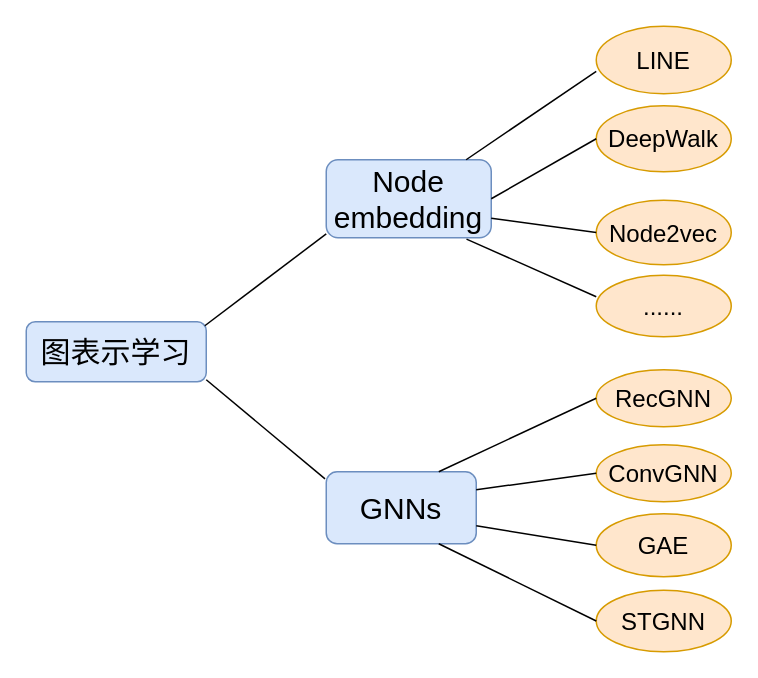
The draw.io diagram Fig/gnn.drawio in ucasFL/GNNReview, before the edit. Source tidied: cells renumbered, new cells numbered last; positions are measured from the earlier drawing's top-left corner, leaving out a move shared by most shapes. Both pictures are drawn from the tidied source at 150%, with x=0, y=0 at pixel (26, 26).
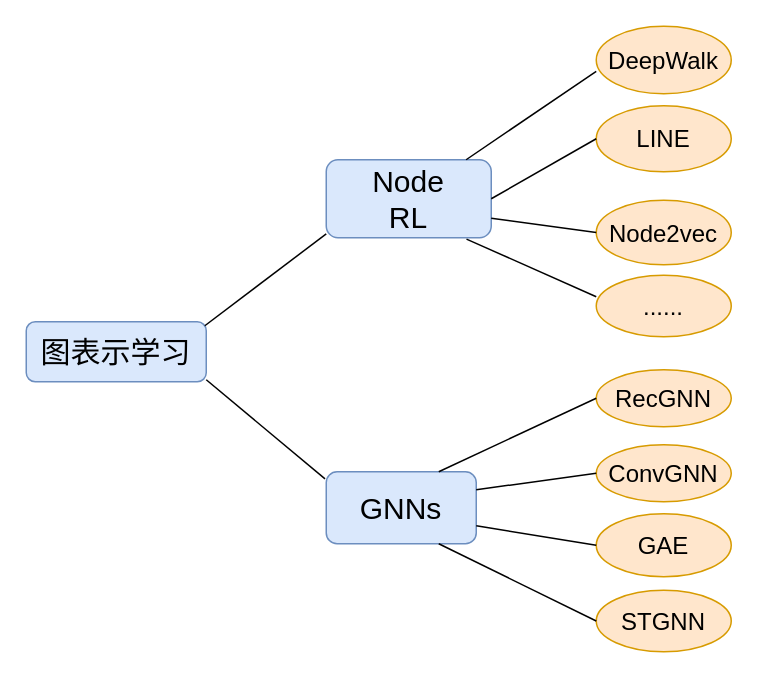
The same diagram, later.

Commit message (it also covers changes not shown here):
update node embedding

The edit, as a diff of the source:
```diff
@@
-    <mxCell id="3" value="&lt;font style=&quot;font-size: 20px&quot;&gt;Node embedding&lt;/font&gt;" style="rounded=1;whiteSpace=wrap;html=1;fillColor=#dae8fc;strokeColor=#6c8ebf;" parent="1" vertex="1">
+    <mxCell id="3" value="&lt;font style=&quot;font-size: 20px&quot;&gt;Node&lt;br&gt;RL&lt;br&gt;&lt;/font&gt;" style="rounded=1;whiteSpace=wrap;html=1;fillColor=#dae8fc;strokeColor=#6c8ebf;" parent="1" vertex="1">
       <mxGeometry x="200" y="89" width="110" height="52" as="geometry" />
     </mxCell>
@@
-    <mxCell id="7" value="&lt;font style=&quot;font-size: 16px&quot;&gt;LINE&lt;/font&gt;" style="ellipse;whiteSpace=wrap;html=1;fillColor=#ffe6cc;strokeColor=#d79b00;" parent="1" vertex="1">
+    <mxCell id="7" value="&lt;font style=&quot;font-size: 16px&quot;&gt;DeepWalk&lt;/font&gt;" style="ellipse;whiteSpace=wrap;html=1;fillColor=#ffe6cc;strokeColor=#d79b00;" parent="1" vertex="1">
       <mxGeometry x="380" width="90" height="45" as="geometry" />
     </mxCell>
-    <mxCell id="8" value="&lt;font style=&quot;font-size: 16px&quot;&gt;DeepWalk&lt;/font&gt;" style="ellipse;whiteSpace=wrap;html=1;fillColor=#ffe6cc;strokeColor=#d79b00;" parent="1" vertex="1">
+    <mxCell id="8" value="&lt;font style=&quot;font-size: 16px&quot;&gt;LINE&lt;/font&gt;" style="ellipse;whiteSpace=wrap;html=1;fillColor=#ffe6cc;strokeColor=#d79b00;" parent="1" vertex="1">
       <mxGeometry x="380" y="53" width="90" height="44" as="geometry" />
     </mxCell>
```
